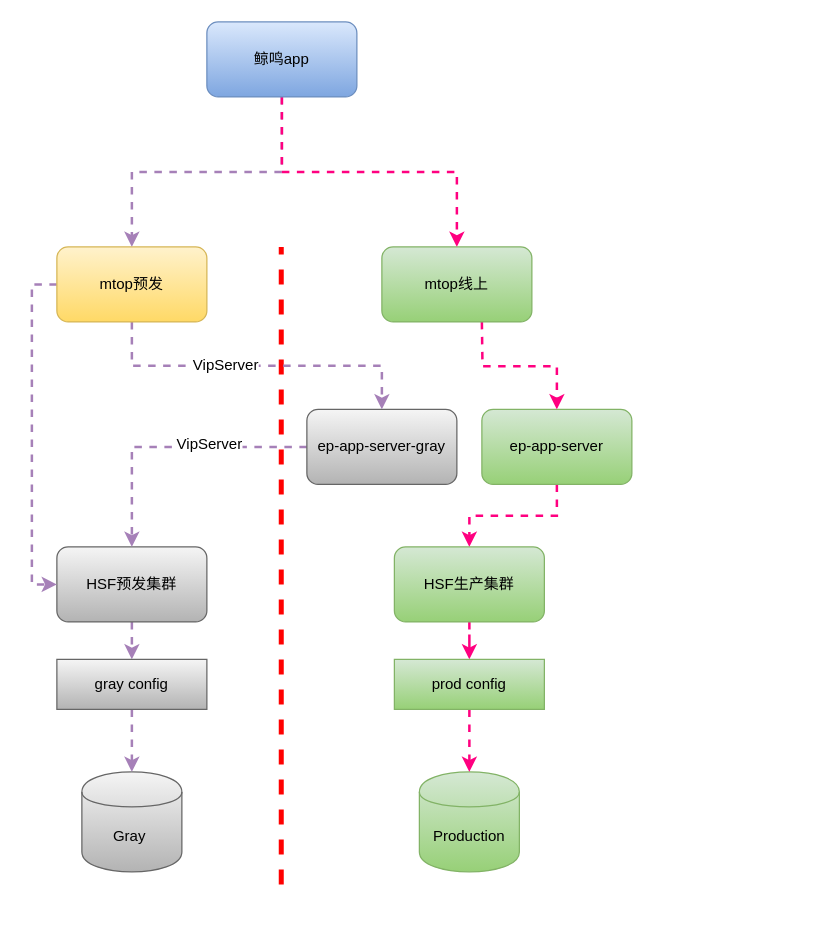
Above: grayenv_after.drawio in QuanCong/draw (draw.io), before the change. Source tidied: cells renumbered, new cells numbered last; positions are measured from the earlier drawing's top-left corner, leaving out a move shared by most shapes. Both pictures are drawn from the tidied source at 125%, with x=0, y=0 at pixel (56, 21).
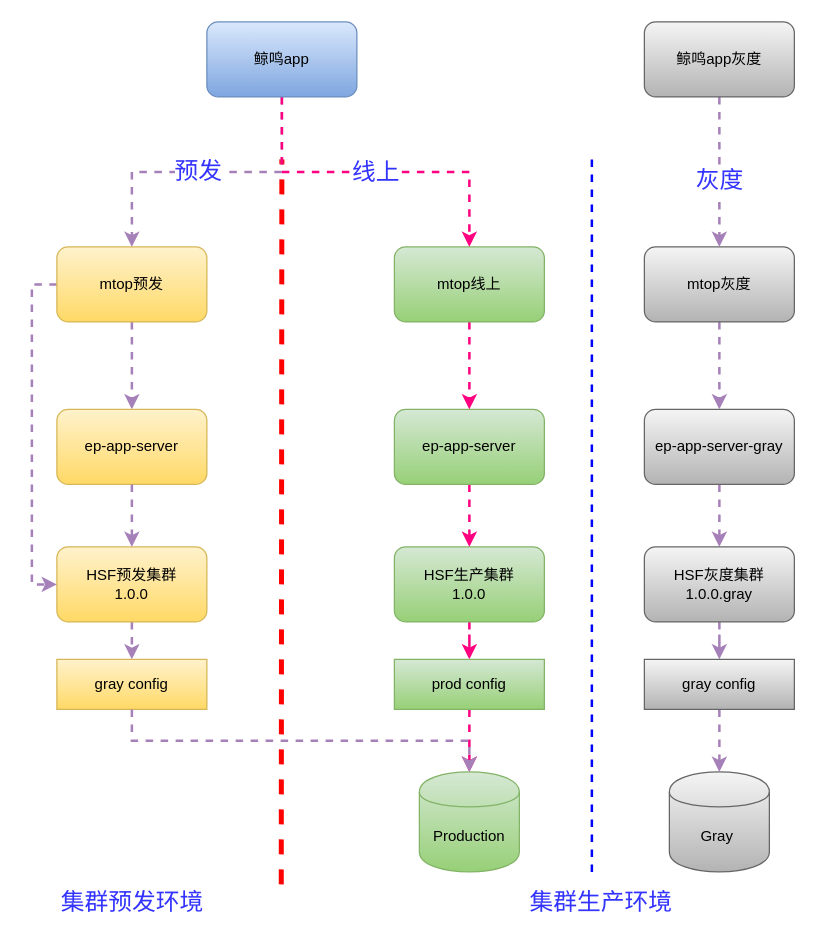
The same diagram, later.

Unchanged cells that the change refers to:
```xml
<mxCell id="3" value="Production" style="shape=cylinder;whiteSpace=wrap;html=1;boundedLbl=1;backgroundOutline=1;fillColor=#d5e8d4;strokeColor=#82b366;gradientColor=#97d077;" parent="1" vertex="1">
  <mxGeometry x="290" y="600" width="80" height="80" as="geometry" />
</mxCell>
<mxCell id="21" value="mtop预发" style="rounded=1;whiteSpace=wrap;html=1;fillColor=#fff2cc;strokeColor=#d6b656;gradientColor=#ffd966;" parent="1" vertex="1">
  <mxGeometry y="180" width="120" height="60" as="geometry" />
</mxCell>
<mxCell id="24" style="edgeStyle=orthogonalEdgeStyle;rounded=0;jettySize=auto;html=1;strokeColor=#A680B8;strokeWidth=2;dashed=1;" parent="1" edge="1" source="26" target="21">
  <mxGeometry relative="1" as="geometry" />
</mxCell>
<mxCell id="25" style="edgeStyle=orthogonalEdgeStyle;rounded=0;jettySize=auto;html=1;exitX=0.5;exitY=1;exitDx=0;exitDy=0;dashed=1;strokeColor=#FF0080;strokeWidth=2;" parent="1" edge="1" source="26" target="23">
  <mxGeometry relative="1" as="geometry" />
</mxCell>
```

The edit, as a diff of the source:
```diff
@@
     <mxCell id="2" value="Gray&amp;nbsp;" style="shape=cylinder;whiteSpace=wrap;html=1;boundedLbl=1;backgroundOutline=1;fillColor=#f5f5f5;strokeColor=#666666;gradientColor=#b3b3b3;" parent="1" vertex="1">
-      <mxGeometry x="20" y="600" width="80" height="80" as="geometry" />
+      <mxGeometry x="490" y="600" width="80" height="80" as="geometry" />
     </mxCell>
@@
-    <mxCell id="5" value="HSF预发集群" style="rounded=1;whiteSpace=wrap;html=1;gradientColor=#b3b3b3;fillColor=#f5f5f5;strokeColor=#666666;" parent="1" vertex="1">
+    <mxCell id="5" value="HSF预发集群&lt;br&gt;1.0.0" style="rounded=1;whiteSpace=wrap;html=1;gradientColor=#ffd966;fillColor=#fff2cc;strokeColor=#d6b656;" parent="1" vertex="1">
       <mxGeometry y="420" width="120" height="60" as="geometry" />
     </mxCell>
@@
-    <mxCell id="7" value="HSF生产集群" style="rounded=1;whiteSpace=wrap;html=1;gradientColor=#97d077;fillColor=#d5e8d4;strokeColor=#82b366;" parent="1" vertex="1">
+    <mxCell id="7" value="HSF生产集群&lt;br&gt;1.0.0" style="rounded=1;whiteSpace=wrap;html=1;gradientColor=#97d077;fillColor=#d5e8d4;strokeColor=#82b366;" parent="1" vertex="1">
       <mxGeometry x="270" y="420" width="120" height="60" as="geometry" />
     </mxCell>
-    <mxCell id="8" style="edgeStyle=orthogonalEdgeStyle;rounded=0;jettySize=auto;html=1;exitX=0;exitY=0.5;exitDx=0;exitDy=0;entryX=0.5;entryY=0;entryDx=0;entryDy=0;dashed=1;strokeColor=#A680B8;strokeWidth=2;" parent="1" edge="1" source="10" target="5">
-      <mxGeometry relative="1" as="geometry" />
-    </mxCell>
-    <mxCell id="9" value="VipServer" style="text;html=1;align=center;verticalAlign=middle;labelBackgroundColor=#ffffff;" parent="8" vertex="1">
-      <mxGeometry x="-0.28" y="-3" relative="1" as="geometry" />
-    </mxCell>
+    <mxCell id="27" style="edgeStyle=orthogonalEdgeStyle;rounded=0;jettySize=auto;html=1;exitX=0.5;exitY=1;exitDx=0;exitDy=0;dashed=1;strokeColor=#A680B8;strokeWidth=2;" parent="1" edge="1" source="10" target="40">
+      <mxGeometry relative="1" as="geometry" />
+    </mxCell>
     <mxCell id="10" value="ep-app-server-gray" style="rounded=1;whiteSpace=wrap;html=1;fillColor=#f5f5f5;strokeColor=#666666;gradientColor=#b3b3b3;" parent="1" vertex="1">
-      <mxGeometry x="200" y="310" width="120" height="60" as="geometry" />
+      <mxGeometry x="470" y="310" width="120" height="60" as="geometry" />
     </mxCell>
@@
     <mxCell id="12" value="ep-app-server" style="rounded=1;whiteSpace=wrap;html=1;gradientColor=#97d077;fillColor=#d5e8d4;strokeColor=#82b366;" parent="1" vertex="1">
-      <mxGeometry x="340" y="310" width="120" height="60" as="geometry" />
+      <mxGeometry x="270" y="310" width="120" height="60" as="geometry" />
     </mxCell>
-    <mxCell id="13" style="edgeStyle=orthogonalEdgeStyle;rounded=0;jettySize=auto;html=1;exitX=0.5;exitY=1;exitDx=0;exitDy=0;entryX=0.5;entryY=0;entryDx=0;entryDy=0;dashed=1;strokeColor=#A680B8;strokeWidth=2;" parent="1" edge="1" source="14" target="2">
-      <mxGeometry relative="1" as="geometry" />
-    </mxCell>
-    <mxCell id="14" value="gray config" style="rounded=0;whiteSpace=wrap;html=1;gradientColor=#b3b3b3;fillColor=#f5f5f5;strokeColor=#666666;" parent="1" vertex="1">
+    <mxCell id="14" value="gray config" style="rounded=0;whiteSpace=wrap;html=1;gradientColor=#ffd966;fillColor=#fff2cc;strokeColor=#d6b656;" parent="1" vertex="1">
       <mxGeometry y="510" width="120" height="40" as="geometry" />
     </mxCell>
@@
     <mxCell id="17" style="endArrow=none;dashed=1;html=1;strokeColor=#FF0000;strokeWidth=4;" parent="1" edge="1">
       <mxGeometry relative="1" as="geometry">
         <mxPoint x="179.5" y="690" as="sourcePoint" />
-        <mxPoint x="179.5" y="180" as="targetPoint" />
+        <mxPoint x="180" y="110" as="targetPoint" />
       </mxGeometry>
     </mxCell>
-    <mxCell id="18" style="edgeStyle=orthogonalEdgeStyle;rounded=0;jettySize=auto;html=1;exitX=0.5;exitY=1;exitDx=0;exitDy=0;dashed=1;strokeColor=#A680B8;strokeWidth=2;" parent="1" edge="1" source="21" target="10">
-      <mxGeometry relative="1" as="geometry" />
-    </mxCell>
-    <mxCell id="19" value="VipServer" style="text;html=1;align=center;verticalAlign=middle;labelBackgroundColor=#ffffff;" parent="18" vertex="1">
-      <mxGeometry x="-0.19" y="1" relative="1" as="geometry" />
-    </mxCell>
@@
+    <mxCell id="28" style="edgeStyle=orthogonalEdgeStyle;rounded=0;jettySize=auto;html=1;exitX=0.5;exitY=1;exitDx=0;exitDy=0;entryX=0.5;entryY=0;entryDx=0;entryDy=0;strokeColor=#A680B8;dashed=1;strokeWidth=2;" parent="1" edge="1" source="21" target="32">
+      <mxGeometry relative="1" as="geometry" />
+    </mxCell>
@@
-    <mxCell id="22" style="edgeStyle=orthogonalEdgeStyle;rounded=0;jettySize=auto;html=1;exitX=0.5;exitY=1;exitDx=0;exitDy=0;entryX=0.5;entryY=0;entryDx=0;entryDy=0;dashed=1;strokeColor=#FF0080;strokeWidth=2;" parent="1" edge="1" target="12">
-      <mxGeometry relative="1" as="geometry">
-        <mxPoint x="340" y="240" as="sourcePoint" />
-      </mxGeometry>
+    <mxCell id="22" style="edgeStyle=orthogonalEdgeStyle;rounded=0;jettySize=auto;html=1;exitX=0.5;exitY=1;exitDx=0;exitDy=0;entryX=0.5;entryY=0;entryDx=0;entryDy=0;dashed=1;strokeColor=#FF0080;strokeWidth=2;" parent="1" edge="1" source="23" target="12">
+      <mxGeometry relative="1" as="geometry" />
     </mxCell>
     <mxCell id="23" value="mtop线上" style="rounded=1;whiteSpace=wrap;html=1;fillColor=#d5e8d4;strokeColor=#82b366;gradientColor=#97d077;" parent="1" vertex="1">
-      <mxGeometry x="260" y="180" width="120" height="60" as="geometry" />
+      <mxGeometry x="270" y="180" width="120" height="60" as="geometry" />
     </mxCell>
@@
+    <mxCell id="29" value="预发" style="text;html=1;align=center;verticalAlign=middle;labelBackgroundColor=#ffffff;fontSize=19;fontColor=#3333FF;" parent="24" vertex="1">
+      <mxGeometry x="0.07" y="-1" relative="1" as="geometry" />
+    </mxCell>
@@
+    <mxCell id="30" value="线上" style="text;html=1;align=center;verticalAlign=middle;labelBackgroundColor=#ffffff;fontSize=19;fontColor=#3333FF;" parent="25" vertex="1">
+      <mxGeometry x="-0.01" relative="1" as="geometry" />
+    </mxCell>
@@
+    <mxCell id="31" style="edgeStyle=orthogonalEdgeStyle;rounded=0;jettySize=auto;html=1;exitX=0.5;exitY=1;exitDx=0;exitDy=0;entryX=0.5;entryY=0;entryDx=0;entryDy=0;dashed=1;strokeColor=#A680B8;strokeWidth=2;" parent="1" edge="1" source="14" target="3">
+      <mxGeometry relative="1" as="geometry" />
+    </mxCell>
+    <mxCell id="32" value="ep-app-server" style="rounded=1;whiteSpace=wrap;html=1;fillColor=#fff2cc;strokeColor=#d6b656;gradientColor=#ffd966;" parent="1" vertex="1">
+      <mxGeometry y="310" width="120" height="60" as="geometry" />
+    </mxCell>
+    <mxCell id="33" style="edgeStyle=orthogonalEdgeStyle;rounded=0;jettySize=auto;html=1;dashed=1;strokeColor=#A680B8;strokeWidth=2;" parent="1" edge="1" source="32">
+      <mxGeometry relative="1" as="geometry">
+        <mxPoint x="60" y="420" as="targetPoint" />
+      </mxGeometry>
+    </mxCell>
+    <mxCell id="34" style="edgeStyle=orthogonalEdgeStyle;rounded=0;jettySize=auto;html=1;exitX=0.5;exitY=1;exitDx=0;exitDy=0;dashed=1;strokeColor=#A680B8;strokeWidth=2;" parent="1" edge="1" source="35" target="10">
+      <mxGeometry relative="1" as="geometry" />
+    </mxCell>
+    <mxCell id="35" value="mtop灰度" style="rounded=1;whiteSpace=wrap;html=1;fillColor=#f5f5f5;strokeColor=#666666;gradientColor=#b3b3b3;" parent="1" vertex="1">
+      <mxGeometry x="470" y="180" width="120" height="60" as="geometry" />
+    </mxCell>
+    <mxCell id="36" style="edgeStyle=orthogonalEdgeStyle;rounded=0;jettySize=auto;html=1;exitX=0.5;exitY=1;exitDx=0;exitDy=0;dashed=1;strokeColor=#A680B8;strokeWidth=2;" parent="1" edge="1" source="38" target="35">
+      <mxGeometry relative="1" as="geometry" />
+    </mxCell>
+    <mxCell id="37" value="灰度" style="text;html=1;align=center;verticalAlign=middle;labelBackgroundColor=#ffffff;fontSize=19;fontColor=#3333FF;" parent="36" vertex="1">
+      <mxGeometry x="0.1" y="-1" relative="1" as="geometry" />
+    </mxCell>
+    <mxCell id="38" value="鲸鸣app灰度" style="rounded=1;whiteSpace=wrap;html=1;fillColor=#f5f5f5;strokeColor=#666666;gradientColor=#b3b3b3;" parent="1" vertex="1">
+      <mxGeometry x="470" width="120" height="60" as="geometry" />
+    </mxCell>
+    <mxCell id="39" style="edgeStyle=orthogonalEdgeStyle;rounded=0;jettySize=auto;html=1;exitX=0.5;exitY=1;exitDx=0;exitDy=0;dashed=1;strokeColor=#A680B8;strokeWidth=2;" parent="1" edge="1" source="40" target="42">
+      <mxGeometry relative="1" as="geometry" />
+    </mxCell>
+    <mxCell id="40" value="HSF灰度集群1.0.0.gray" style="rounded=1;whiteSpace=wrap;html=1;gradientColor=#b3b3b3;fillColor=#f5f5f5;strokeColor=#666666;" parent="1" vertex="1">
+      <mxGeometry x="470" y="420" width="120" height="60" as="geometry" />
+    </mxCell>
+    <mxCell id="41" style="edgeStyle=orthogonalEdgeStyle;rounded=0;jettySize=auto;html=1;exitX=0.5;exitY=1;exitDx=0;exitDy=0;dashed=1;strokeColor=#A680B8;strokeWidth=2;" parent="1" edge="1" source="42" target="2">
+      <mxGeometry relative="1" as="geometry" />
+    </mxCell>
+    <mxCell id="42" value="gray config" style="rounded=0;whiteSpace=wrap;html=1;gradientColor=#b3b3b3;fillColor=#f5f5f5;strokeColor=#666666;" parent="1" vertex="1">
+      <mxGeometry x="470" y="510" width="120" height="40" as="geometry" />
+    </mxCell>
+    <mxCell id="43" value="集群预发环境" style="text;html=1;align=center;verticalAlign=middle;strokeWidth=5;fontSize=19;fontColor=#3333FF;" parent="1" vertex="1">
+      <mxGeometry x="-5" y="690" width="130" height="30" as="geometry" />
+    </mxCell>
+    <mxCell id="44" value="集群生产环境" style="text;html=1;align=center;verticalAlign=middle;strokeWidth=5;fontSize=19;fontColor=#3333FF;" parent="1" vertex="1">
+      <mxGeometry x="370" y="690" width="130" height="30" as="geometry" />
+    </mxCell>
+    <mxCell id="45" style="endArrow=none;dashed=1;html=1;strokeColor=#0000FF;strokeWidth=2;fontSize=19;fontColor=#3333FF;" parent="1" edge="1">
+      <mxGeometry relative="1" as="geometry">
+        <mxPoint x="428" y="680" as="sourcePoint" />
+        <mxPoint x="428" y="110" as="targetPoint" />
+      </mxGeometry>
+    </mxCell>
```
